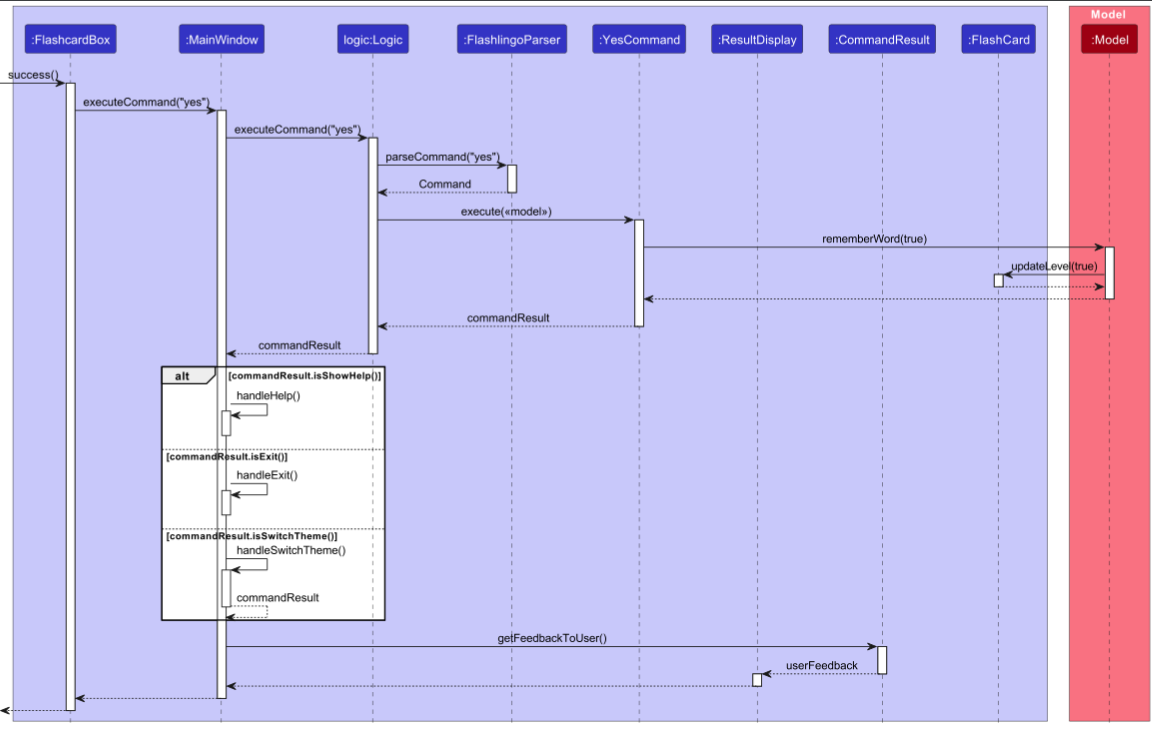
Above: docs/images/UiYesButtonSequenceDiagram.png in nus-cs2103-AY2324S1/tp (PlantUML), before the change. Its source is kept beside it as docs/diagrams/UiYesButtonSequenceDiagram.puml. Its diagram source:
```plantuml
@startuml
!include style.puml
skinparam ArrowFontStyle plain

box LOGIC_COLOR_T1
participant ":FlashcardBox" as FlashcardBox LOGIC_COLOR
participant ":MainWindow" as MainWindow LOGIC_COLOR
participant "logic:Logic" as Logic LOGIC_COLOR
participant ":FlashlingoParser" as FlashlingoParser LOGIC_COLOR
participant ":YesCommand" as YesCommand LOGIC_COLOR
participant ":ResultDisplay" as ResultDisplay LOGIC_COLOR
participant ":CommandResult" as CommandResult LOGIC_COLOR
participant ":FlashCard" as FlashCard LOGIC_COLOR
end box

box Model MODEL_COLOR_T1
participant ":Model" as Model MODEL_COLOR
end box

[-> FlashcardBox : success()
activate FlashcardBox


FlashcardBox -> MainWindow : executeCommand("yes")
activate MainWindow

MainWindow -> Logic : executeCommand("yes")
activate Logic

Logic -> FlashlingoParser : parseCommand("yes")
activate FlashlingoParser
return Command

Logic -> YesCommand : execute(<<model>>)
activate YesCommand
YesCommand -> Model : rememberWord(true)
activate Model
Model -> FlashCard : updateLevel(true)
activate FlashCard
FlashCard --> Model
deactivate FlashCard
return
return commandResult
return commandResult

alt commandResult.isShowHelp()
MainWindow -> MainWindow ++ : handleHelp()
deactivate MainWindow
else commandResult.isExit()
MainWindow -> MainWindow ++ : handleExit()
deactivate MainWindow
else commandResult.isSwitchTheme()
MainWindow -> MainWindow ++ : handleSwitchTheme()
MainWindow --> MainWindow : commandResult
deactivate MainWindow
end

MainWindow -> CommandResult : getFeedbackToUser()
activate CommandResult
CommandResult --> ResultDisplay : userFeedback
deactivate CommandResult
activate ResultDisplay
ResultDisplay --> MainWindow
deactivate ResultDisplay

MainWindow --> FlashcardBox
deactivate MainWindow
<--FlashcardBox
deactivate FlashcardBox
@enduml
```
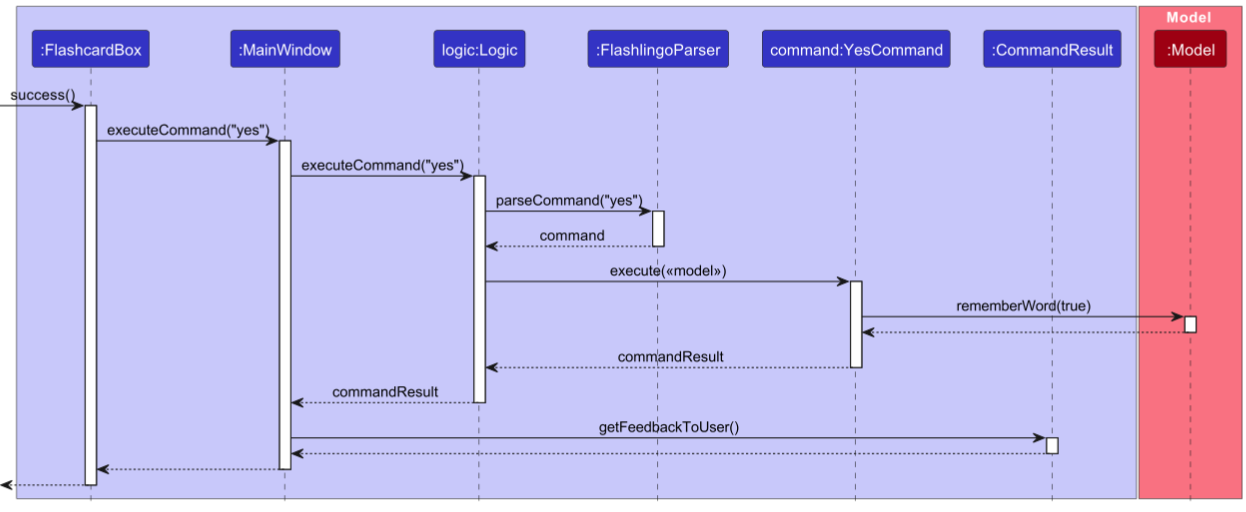
Later version of the same file.

Commit message:
Omit some details in Yes/No sequence diagram

The edit, as a diff of the source:
```diff
@@ -7,10 +7,8 @@
 participant ":MainWindow" as MainWindow LOGIC_COLOR
 participant "logic:Logic" as Logic LOGIC_COLOR
 participant ":FlashlingoParser" as FlashlingoParser LOGIC_COLOR
-participant ":YesCommand" as YesCommand LOGIC_COLOR
-participant ":ResultDisplay" as ResultDisplay LOGIC_COLOR
+participant "command:YesCommand" as YesCommand LOGIC_COLOR
 participant ":CommandResult" as CommandResult LOGIC_COLOR
-participant ":FlashCard" as FlashCard LOGIC_COLOR
 end box
 
 box Model MODEL_COLOR_T1
@@ -29,39 +27,21 @@
 
 Logic -> FlashlingoParser : parseCommand("yes")
 activate FlashlingoParser
-return Command
+return command
 
 Logic -> YesCommand : execute(<<model>>)
 activate YesCommand
 YesCommand -> Model : rememberWord(true)
 activate Model
-Model -> FlashCard : updateLevel(true)
-activate FlashCard
-FlashCard --> Model
-deactivate FlashCard
+
 return
 return commandResult
 return commandResult
 
-alt commandResult.isShowHelp()
-MainWindow -> MainWindow ++ : handleHelp()
-deactivate MainWindow
-else commandResult.isExit()
-MainWindow -> MainWindow ++ : handleExit()
-deactivate MainWindow
-else commandResult.isSwitchTheme()
-MainWindow -> MainWindow ++ : handleSwitchTheme()
-MainWindow --> MainWindow : commandResult
-deactivate MainWindow
-end
-
 MainWindow -> CommandResult : getFeedbackToUser()
 activate CommandResult
-CommandResult --> ResultDisplay : userFeedback
-deactivate CommandResult
-activate ResultDisplay
-ResultDisplay --> MainWindow
-deactivate ResultDisplay
+return
+
 
 MainWindow --> FlashcardBox
 deactivate MainWindow
```
